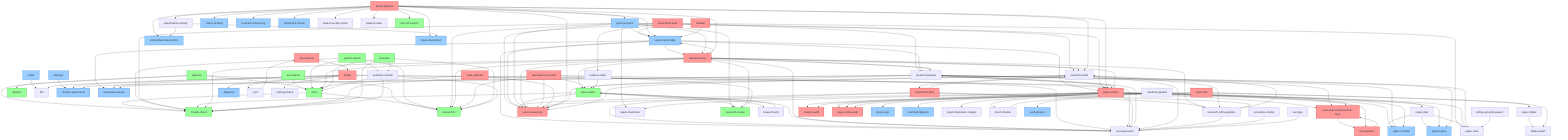
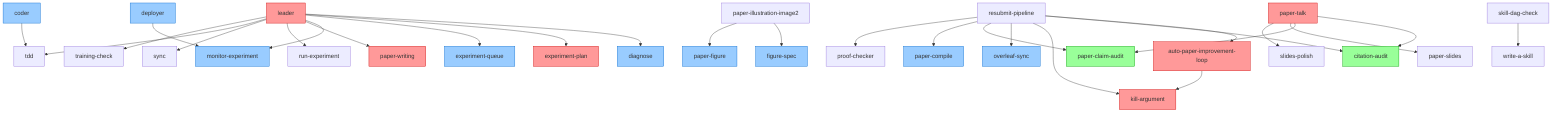
graph TD
-     alphaxiv --> arxiv
-     alphaxiv --> deepxiv
-     alphaxiv --> novelty-check
-     alphaxiv --> research-lit
-     arxiv --> novelty-check
-     arxiv --> research-lit
    auto-paper-improvement-loop --> kill-argument
    coder --> tdd
    deployer --> monitor-experiment
-     exa-search --> arxiv
-     experiment-audit --> auto-review-loop
-     experiment-audit --> experiment-bridge
-     experiment-audit --> paper-write
-     experiment-audit --> research-pipeline
-     experiment-audit --> result-to-claim
-     experiment-bridge --> auto-review-loop
-     experiment-bridge --> experiment-queue
-     experiment-bridge --> idea-discovery
-     experiment-bridge --> paper-writing
-     experiment-bridge --> research-pipeline
-     experiment-bridge --> run-experiment
-     experiment-plan --> auto-review-loop
-     experiment-plan --> research-refine
-     experiment-plan --> research-refine-pipeline
-     experiment-plan --> run-experiment
-     gemini-search --> arxiv
-     gemini-search --> novelty-check
-     gemini-search --> research-lit
-     gemini-search --> semantic-scholar
-     grant-proposal --> auto-review-loop
-     grant-proposal --> experiment-bridge
-     grant-proposal --> idea-discovery
-     grant-proposal --> novelty-check
-     grant-proposal --> paper-illustration
-     grant-proposal --> paper-writing
-     grant-proposal --> research-lit
-     grant-proposal --> research-refine
-     grant-proposal --> research-review
-     idea-creator --> auto-review-loop
-     idea-creator --> novelty-check
-     idea-creator --> research-review
-     idea-creator --> research-wiki
-     idea-creator --> run-experiment
-     idea-discovery --> arxiv
-     idea-discovery --> auto-review-loop
-     idea-discovery --> experiment-bridge
-     idea-discovery --> idea-creator
-     idea-discovery --> novelty-check
-     idea-discovery --> research-lit
-     idea-discovery --> research-pipeline
-     idea-discovery --> research-refine
-     idea-discovery --> research-refine-pipeline
-     idea-discovery --> research-review
-     idea-discovery --> run-experiment
-     idea-discovery-robot --> auto-review-loop
-     idea-discovery-robot --> idea-creator
-     idea-discovery-robot --> novelty-check
-     idea-discovery-robot --> research-lit
-     idea-discovery-robot --> research-review
-     idea-discovery-robot --> run-experiment
-     init-research --> leader
-     kill-argument --> auto-paper-improvement-loop
    leader --> diagnose
+     leader --> experiment-plan
    leader --> experiment-queue
    leader --> monitor-experiment
    leader --> paper-writing
    leader --> run-experiment
    leader --> sync
    leader --> tdd
    leader --> training-check
-     meta-optimize --> arxiv
-     meta-optimize --> auto-review-loop
-     openalex --> arxiv
-     openalex --> novelty-check
-     openalex --> research-lit
-     openalex --> semantic-scholar
-     paper-plan --> paper-compile
-     paper-plan --> paper-figure
-     paper-plan --> paper-write
-     paper-slides --> slides-polish
+     paper-illustration-image2 --> figure-spec
+     paper-illustration-image2 --> paper-figure
    paper-talk --> citation-audit
    paper-talk --> paper-claim-audit
    paper-talk --> paper-slides
    paper-talk --> slides-polish
-     paper-writing --> auto-paper-improvement-loop
-     paper-writing --> auto-review-loop
-     paper-writing --> citation-audit
-     paper-writing --> figure-spec
-     paper-writing --> idea-discovery
-     paper-writing --> kill-argument
-     paper-writing --> mermaid-diagram
-     paper-writing --> paper-claim-audit
-     paper-writing --> paper-compile
-     paper-writing --> paper-figure
-     paper-writing --> paper-illustration
-     paper-writing --> paper-illustration-image2
-     paper-writing --> paper-plan
-     paper-writing --> paper-write
-     paper-writing --> proof-checker
-     paper-writing --> research-pipeline
-     paper-writing --> run-experiment
-     patent-pipeline --> auto-review-loop
-     patent-pipeline --> claims-drafting
-     patent-pipeline --> embodiment-description
-     patent-pipeline --> experiment-bridge
-     patent-pipeline --> figure-description
-     patent-pipeline --> grant-proposal
-     patent-pipeline --> idea-discovery
-     patent-pipeline --> invention-structuring
-     patent-pipeline --> jurisdiction-format
-     patent-pipeline --> paper-writing
-     patent-pipeline --> patent-novelty-check
-     patent-pipeline --> patent-review
-     patent-pipeline --> prior-art-search
-     patent-pipeline --> research-refine
-     patent-pipeline --> specification-writing
-     rebuttal --> experiment-bridge
-     research-pipeline --> auto-paper-improvement-loop
-     research-pipeline --> auto-review-loop
-     research-pipeline --> experiment-queue
-     research-pipeline --> idea-discovery
-     research-pipeline --> monitor-experiment
-     research-pipeline --> paper-compile
-     research-pipeline --> paper-figure
-     research-pipeline --> paper-write
-     research-pipeline --> paper-writing
-     research-pipeline --> run-experiment
-     research-refine --> auto-review-loop
-     research-refine --> experiment-plan
-     research-refine --> idea-creator
-     research-refine --> research-refine-pipeline
-     research-refine --> run-experiment
-     research-refine-pipeline --> experiment-plan
-     research-refine-pipeline --> research-refine
-     research-refine-pipeline --> run-experiment
-     research-wiki --> idea-creator
    resubmit-pipeline --> auto-paper-improvement-loop
+     resubmit-pipeline --> citation-audit
+     resubmit-pipeline --> kill-argument
    resubmit-pipeline --> overleaf-sync
    resubmit-pipeline --> paper-claim-audit
    resubmit-pipeline --> paper-compile
    resubmit-pipeline --> proof-checker
-     result-to-claim --> idea-creator
-     semantic-scholar --> arxiv
-     semantic-scholar --> novelty-check
-     semantic-scholar --> research-lit
-     serverless-modal --> run-experiment
-     specification-writing --> embodiment-description
-     specification-writing --> figure-description
-     sync --> init-research
-     vast-gpu --> run-experiment
-     writing-systems-papers --> paper-write
+     skill-dag-check --> write-a-skill

    classDef leader fill:#ff9999,stroke:#cc0000
-     class auto-paper-improvement-loop,auto-review-loop,auto-review-loop-llm,auto-review-loop-minimax,citation-audit,dse-loop,experiment-audit,experiment-plan,framework-update,idea-discovery,idea-discovery-robot,init-research,kill-argument,leader,meta-optimize,paper-claim-audit,paper-talk,paper-writing,patent-pipeline,rebuttal leader
+     class auto-paper-improvement-loop,auto-review-loop,auto-review-loop-llm,auto-review-loop-minimax,dse-loop,experiment-plan,framework-update,idea-discovery,idea-discovery-robot,init-research,kill-argument,leader,meta-optimize,paper-talk,paper-writing,patent-pipeline,rebuttal,research-pipeline,research-refine,research-refine-pipeline leader
    classDef executor fill:#99ccff,stroke:#0066cc
-     class ablation-planner,analyze-results,claims-drafting,coder,deployer,diagnose,embodiment-description,experiment-bridge,experiment-queue,figure-description,figure-spec,formula-derivation,grant-proposal,invention-structuring,jurisdiction-format,mermaid-diagram,monitor-experiment,overleaf-sync,paper-compile,paper-figure executor
+     class ablation-planner,claims-drafting,coder,deployer,diagnose,embodiment-description,experiment-bridge,experiment-queue,figure-description,figure-spec,formula-derivation,grant-proposal,invention-structuring,jurisdiction-format,mermaid-diagram,monitor-experiment,overleaf-sync,paper-compile,paper-figure,paper-illustration executor
    classDef any fill:#99ff99,stroke:#009900
-     class alphaxiv,arxiv,caveman,comm-lit-review,deepxiv,exa-search,feishu-notify,gemini-search,git-guardrails,grill-me,grill-with-docs,handoff,idea-creator,novelty-check,openalex,pixel-art,prior-art-search,qzcli,research-lit,research-review any+     class alphaxiv,analyze-results,arxiv,caveman,citation-audit,comm-lit-review,deepxiv,exa-search,experiment-audit,feishu-notify,gemini-search,git-guardrails,grill-me,grill-with-docs,handoff,idea-creator,novelty-check,openalex,paper-claim-audit,patent-novelty-check any
